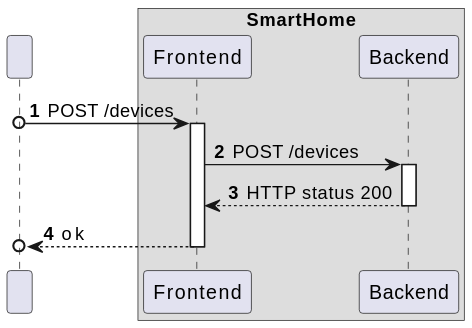
The PlantUML diagram docs/ooa/C4_4plus1_models/Level2/ProcessView/ProcessViewLevel2_UC19.svg in olivDiogo/SmartHome, before a commit.
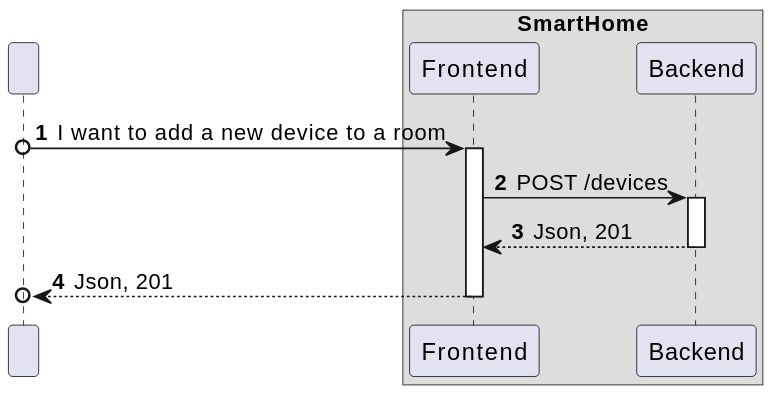
After the commit.

The edit, as a diff of the source:
```diff
@@ -10,15 +10,15 @@
 end box
 
 
-User o-> FE : POST /devices
+User o-> FE : I want to add a new device to a room
 activate FE
 
 FE -> BE : POST /devices
 activate BE
 
-BE --> FE : HTTP status 200
+BE --> FE : Json, 201
 deactivate BE
 
-FE -->o User : ok
+FE -->o User : Json, 201
 deactivate FE
 @enduml
```
